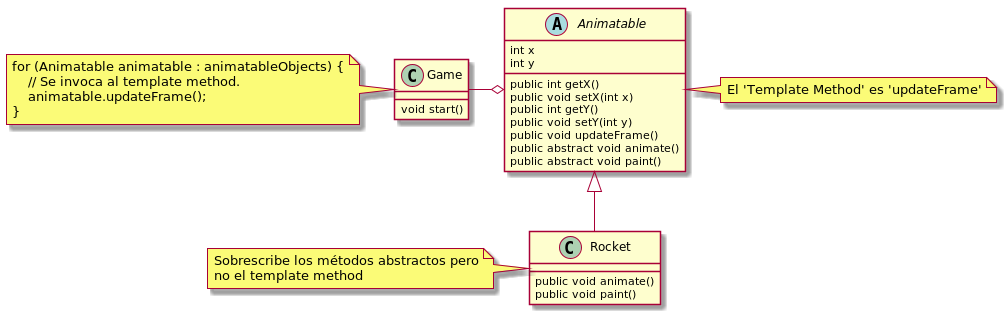
The PlantUML diagram plantuml/behavioral/templatemethod.png in sauljabin/java-design-patterns, before a commit.
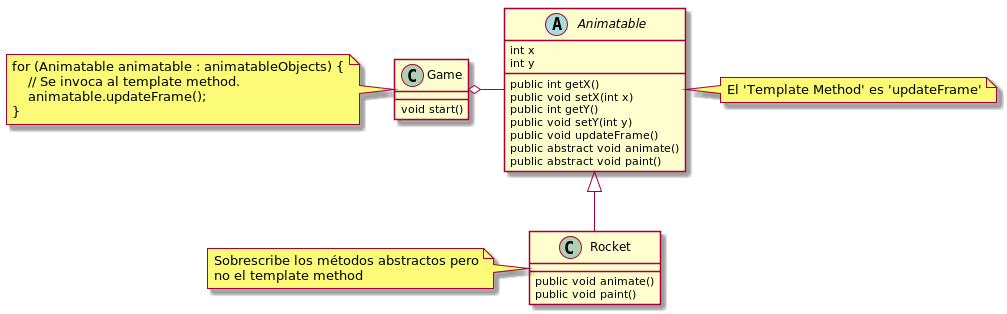
Above is the later version.

Diff of the diagram source:
```diff
@@ -30,6 +30,6 @@
 note "for (Animatable animatable : animatableObjects) {\n    // Se invoca al template method.\n    animatable.updateFrame();\n}" as noteGame
 noteGame . Game
 
-Game -o Animatable
+Game o- Animatable
 
 @enduml
```
